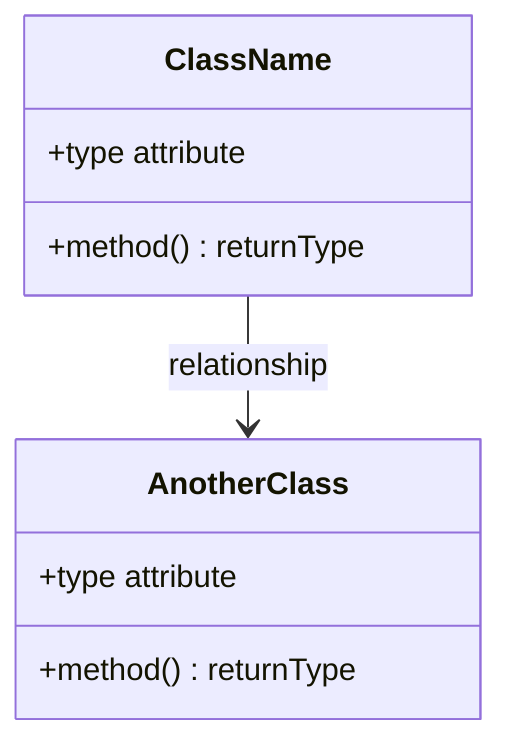
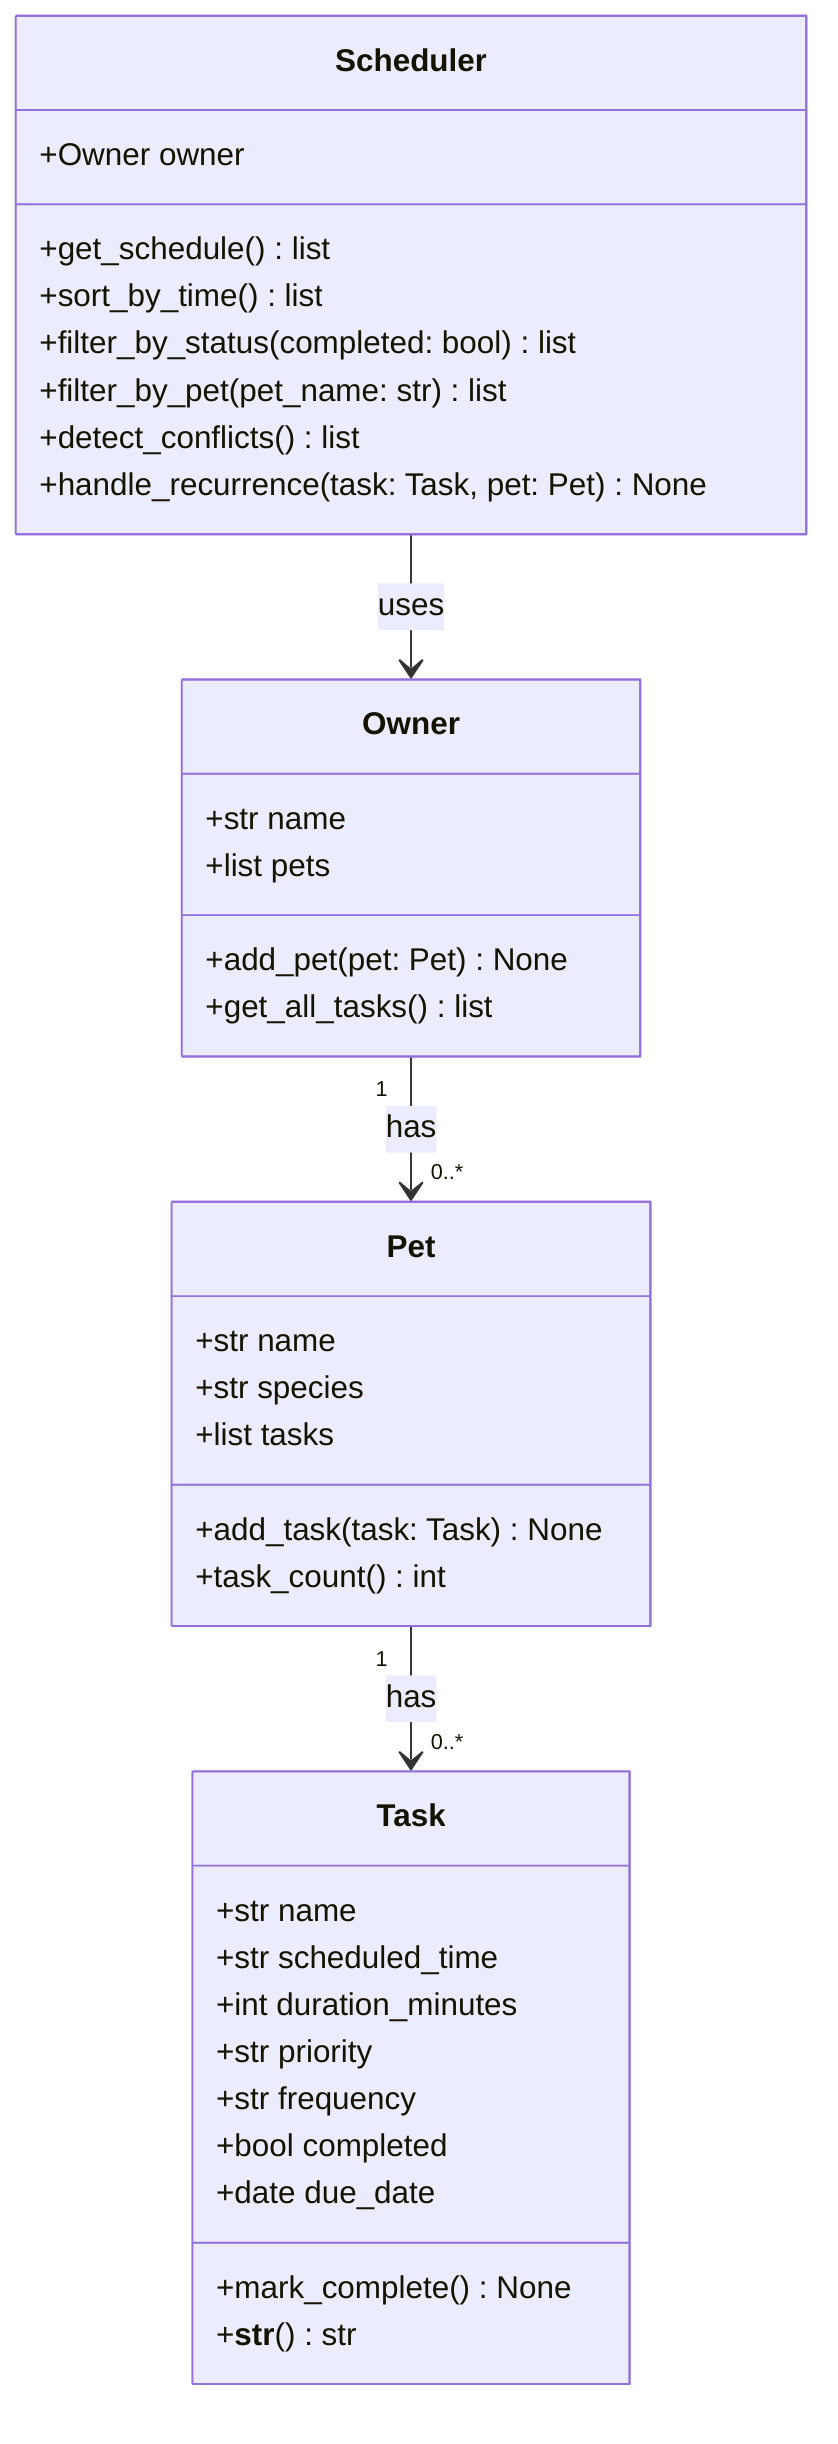
classDiagram
-     %% Replace the placeholders below with your actual classes, attributes, methods, and relationships.
-     %% Keep this file updated so it matches your final implementation.
- 
-     class ClassName {
-         +type attribute
-         +method() returnType
+     class Task {
+         +str name
+         +str scheduled_time
+         +int duration_minutes
+         +str priority
+         +str frequency
+         +bool completed
+         +date due_date
+         +mark_complete() None
+         +__str__() str
    }

-     class AnotherClass {
-         +type attribute
-         +method() returnType
+     class Pet {
+         +str name
+         +str species
+         +list tasks
+         +add_task(task: Task) None
+         +task_count() int
    }

-     ClassName --> AnotherClass : relationship
+     class Owner {
+         +str name
+         +list pets
+         +add_pet(pet: Pet) None
+         +get_all_tasks() list
+     }
+ 
+     class Scheduler {
+         +Owner owner
+         +get_schedule() list
+         +sort_by_time() list
+         +filter_by_status(completed: bool) list
+         +filter_by_pet(pet_name: str) list
+         +detect_conflicts() list
+         +handle_recurrence(task: Task, pet: Pet) None
+     }
+ 
+     Owner "1" --> "0..*" Pet : has
+     Pet "1" --> "0..*" Task : has
+     Scheduler --> Owner : uses
